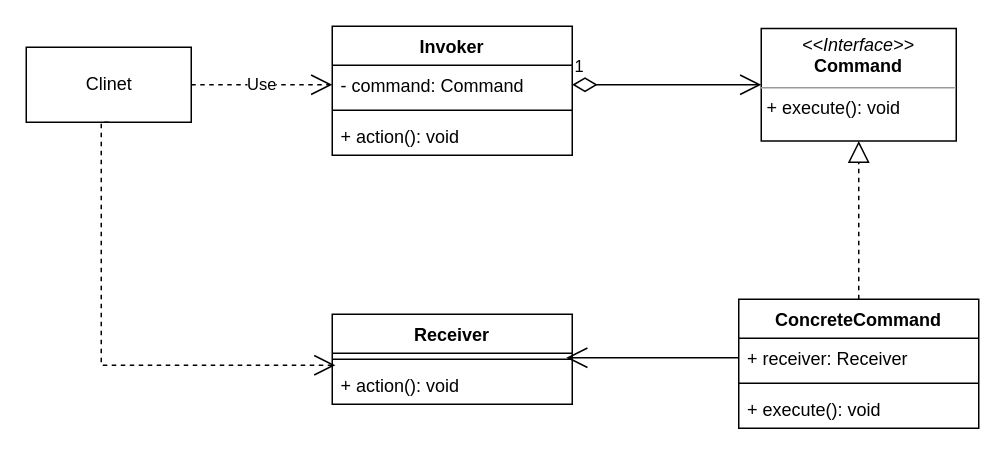
Hynsn/NdkTab keeps this draw.io diagram as page "Command模式" (8 of 8) of stdlib/doc/img/DP.drawio. Above is the earlier version. Source tidied: cells renumbered, new cells numbered last; positions are measured from the earlier drawing's top-left corner, leaving out a move shared by most shapes. Both pictures are drawn from the tidied source at 150%, with x=0, y=0 at pixel (26, 26).
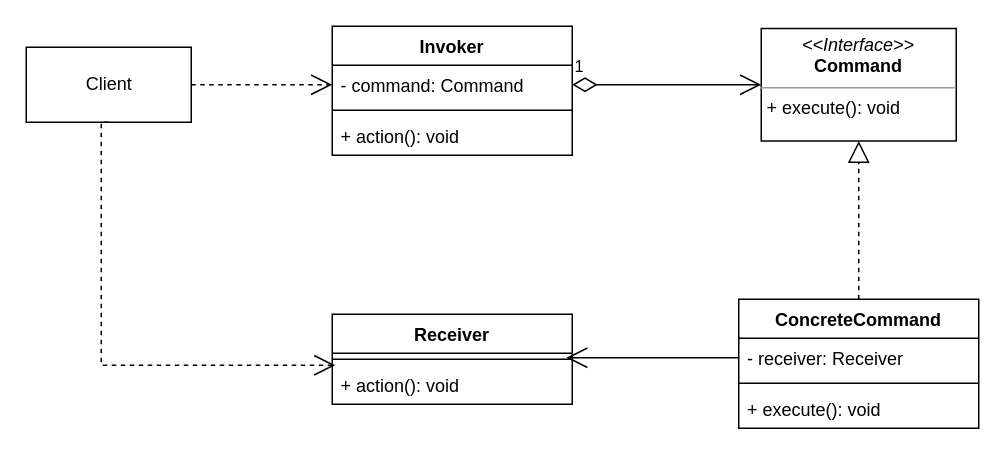
Above is the later version.

Commit message (it also covers changes not shown here):
Up command uml

The change refers to these unchanged cells:
```xml
<mxCell id="4" value="- command: Command" style="text;strokeColor=none;fillColor=none;align=left;verticalAlign=top;spacingLeft=4;spacingRight=4;overflow=hidden;points=[[0,0.5],[1,0.5]];portConstraint=eastwest;" parent="3" vertex="1">
  <mxGeometry y="26" width="160" height="26" as="geometry" />
</mxCell>
<mxCell id="7" value="ConcreteCommand" style="swimlane;fontStyle=1;align=center;verticalAlign=top;horizontal=1;startSize=26;" parent="1" vertex="1">
  <mxGeometry x="475" y="182" width="160" height="86" as="geometry" />
</mxCell>
```

The edit, as a diff of the source:
```diff
@@
-    <mxCell id="2" value="Clinet" style="html=1;" parent="1" vertex="1">
+    <mxCell id="2" value="Client" style="html=1;" parent="1" vertex="1">
       <mxGeometry y="14" width="110" height="50" as="geometry" />
     </mxCell>
@@
-    <mxCell id="8" value="+ receiver: Receiver" style="text;strokeColor=none;fillColor=none;align=left;verticalAlign=top;spacingLeft=4;spacingRight=4;overflow=hidden;points=[[0,0.5],[1,0.5]];portConstraint=eastwest;" parent="7" vertex="1">
+    <mxCell id="8" value="- receiver: Receiver" style="text;strokeColor=none;fillColor=none;align=left;verticalAlign=top;spacingLeft=4;spacingRight=4;overflow=hidden;points=[[0,0.5],[1,0.5]];portConstraint=eastwest;" parent="7" vertex="1">
       <mxGeometry y="26" width="160" height="26" as="geometry" />
     </mxCell>
@@
-    <mxCell id="15" value="Use" style="endArrow=open;endSize=12;dashed=1;html=1;rounded=0;exitX=1;exitY=0.5;exitDx=0;exitDy=0;entryX=0;entryY=0.5;entryDx=0;entryDy=0;edgeStyle=orthogonalEdgeStyle;" parent="1" edge="1" source="2" target="4">
-      <mxGeometry relative="1" as="geometry" />
+    <mxCell id="15" style="endArrow=open;endSize=12;dashed=1;html=1;rounded=0;exitX=1;exitY=0.5;exitDx=0;exitDy=0;entryX=0;entryY=0.5;entryDx=0;entryDy=0;edgeStyle=orthogonalEdgeStyle;" parent="1" edge="1" source="2" target="4">
+      <mxGeometry x="-0.28" y="-31" relative="1" as="geometry" />
     </mxCell>
```
